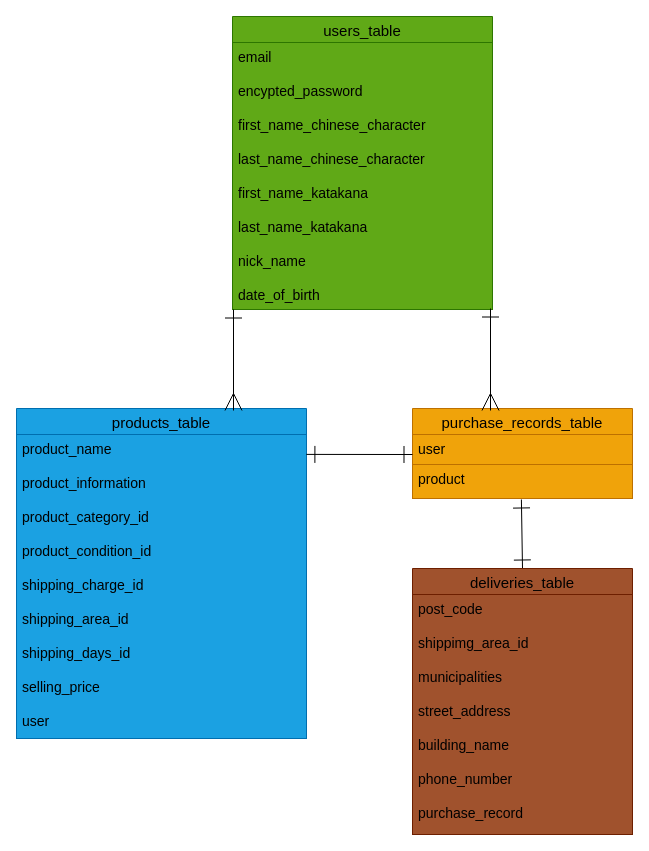
Above: ER.dio in Jonnyhorse/furima-40200 (draw.io), before the change. Source tidied: cells renumbered, new cells numbered last; positions are measured from the earlier drawing's top-left corner, leaving out a move shared by most shapes. Both pictures are drawn from the tidied source at 100%, with x=0, y=0 at pixel (16, 16).
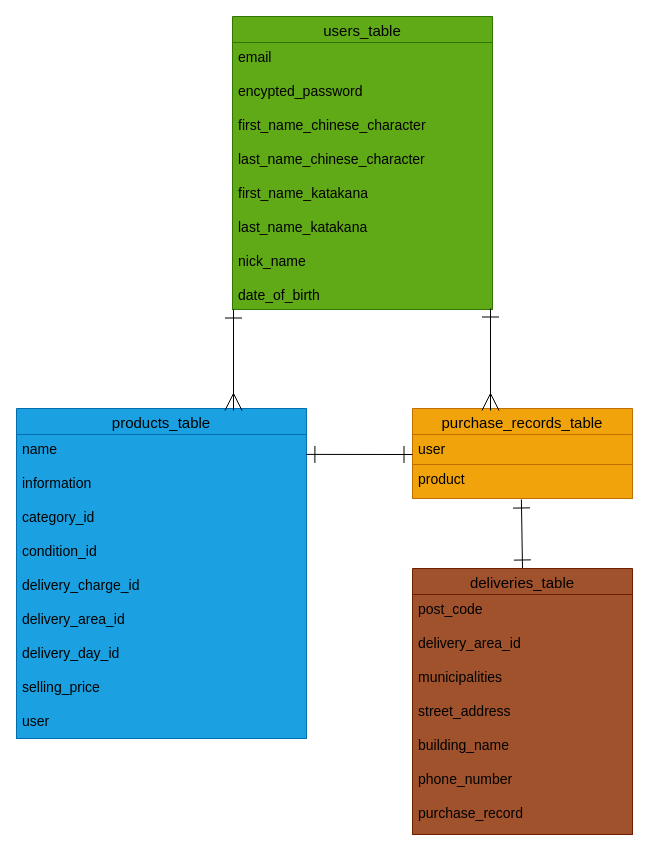
After the change.

Commit message (it also covers changes not shown here):
README及びER図の再々修正

Change to the diagram source:
```diff
@@
 <mxGraphModel>
   <root>
     <mxCell id="0" />
     <mxCell id="1" parent="0" />
     <mxCell id="2" value="users_table" style="swimlane;fontStyle=0;horizontal=1;startSize=26;align=center;fontSize=15;fillColor=#60a917;fontColor=#000000;strokeColor=#2D7600;" parent="1" vertex="1">
       <mxGeometry x="216" width="260" height="293" as="geometry" />
     </mxCell>
     <mxCell id="3" value="email &#10;&#10;encypted_password&#10;&#10;first_name_chinese_character&#10;&#10;last_name_chinese_character&#10;&#10;first_name_katakana&#10;&#10;last_name_katakana&#10;&#10;nick_name&#10;&#10;date_of_birth&#10;" style="text;strokeColor=#2D7600;fillColor=#60a917;spacingLeft=4;spacingRight=4;overflow=hidden;fontSize=14;fontColor=#000000;" parent="2" vertex="1">
       <mxGeometry y="26" width="260" height="267" as="geometry" />
     </mxCell>
     <mxCell id="4" value="products_table" style="swimlane;fontStyle=0;horizontal=1;startSize=26;align=center;fontSize=15;fillColor=#1ba1e2;fontColor=#000000;strokeColor=#006EAF;" parent="1" vertex="1">
       <mxGeometry y="392" width="290" height="330" as="geometry" />
     </mxCell>
-    <mxCell id="5" value="product_name&#10;&#10;product_information&#10;&#10;product_category_id&#10;&#10;product_condition_id&#10;&#10;shipping_charge_id&#10;&#10;shipping_area_id&#10;&#10;shipping_days_id&#10;&#10;selling_price&#10;&#10;user&#10;" style="text;strokeColor=#006EAF;fillColor=#1ba1e2;spacingLeft=4;spacingRight=4;overflow=hidden;fontSize=14;fontColor=#000000;" parent="4" vertex="1">
+    <mxCell id="5" value="name&#10;&#10;information&#10;&#10;category_id&#10;&#10;condition_id&#10;&#10;delivery_charge_id&#10;&#10;delivery_area_id&#10;&#10;delivery_day_id&#10;&#10;selling_price&#10;&#10;user&#10;" style="text;strokeColor=#006EAF;fillColor=#1ba1e2;spacingLeft=4;spacingRight=4;overflow=hidden;fontSize=14;fontColor=#000000;" parent="4" vertex="1">
       <mxGeometry y="26" width="290" height="304" as="geometry" />
     </mxCell>
     <mxCell id="6" value="purchase_records_table" style="swimlane;fontStyle=0;horizontal=1;startSize=26;align=center;fontSize=15;fillColor=#f0a30a;fontColor=#000000;strokeColor=#BD7000;" parent="1" vertex="1">
       <mxGeometry x="396" y="392" width="220" height="90" as="geometry" />
     </mxCell>
     <mxCell id="7" value="user" style="text;strokeColor=#BD7000;fillColor=#f0a30a;spacingLeft=4;spacingRight=4;overflow=hidden;fontSize=14;fontColor=#000000;" parent="6" vertex="1">
       <mxGeometry y="26" width="220" height="30" as="geometry" />
     </mxCell>
     <mxCell id="8" value="product" style="text;strokeColor=#BD7000;fillColor=#f0a30a;spacingLeft=4;spacingRight=4;overflow=hidden;points=[[0,0.5],[1,0.5]];portConstraint=eastwest;fontSize=14;fontColor=#000000;" parent="6" vertex="1">
       <mxGeometry y="56" width="220" height="34" as="geometry" />
     </mxCell>
     <mxCell id="9" style="edgeStyle=none;html=1;exitX=0.5;exitY=0;exitDx=0;exitDy=0;entryX=0.495;entryY=1.029;entryDx=0;entryDy=0;entryPerimeter=0;strokeWidth=1;fontSize=15;startArrow=ERone;startFill=0;endArrow=ERone;endFill=0;endSize=15;startSize=15;" parent="1" edge="1" source="10" target="8">
       <mxGeometry relative="1" as="geometry" />
     </mxCell>
     <mxCell id="10" value="deliveries_table" style="swimlane;fontStyle=0;horizontal=1;startSize=26;align=center;fontSize=15;labelBackgroundColor=none;fillColor=#a0522d;strokeColor=#6D1F00;fontColor=#000000;" parent="1" vertex="1">
       <mxGeometry x="396" y="552" width="220" height="266" as="geometry" />
     </mxCell>
-    <mxCell id="11" value="post_code&#10;&#10;shippimg_area_id&#10;&#10;municipalities&#10;&#10;street_address&#10;&#10;building_name&#10;&#10;phone_number&#10;&#10;purchase_record" style="text;strokeColor=#6D1F00;fillColor=#a0522d;spacingLeft=4;spacingRight=4;overflow=hidden;fontSize=14;fontColor=#000000;" parent="10" vertex="1">
+    <mxCell id="11" value="post_code&#10;&#10;delivery_area_id&#10;&#10;municipalities&#10;&#10;street_address&#10;&#10;building_name&#10;&#10;phone_number&#10;&#10;purchase_record" style="text;strokeColor=#6D1F00;fillColor=#a0522d;spacingLeft=4;spacingRight=4;overflow=hidden;fontSize=14;fontColor=#000000;" parent="10" vertex="1">
       <mxGeometry y="26" width="220" height="240" as="geometry" />
     </mxCell>
     <mxCell id="12" style="edgeStyle=none;html=1;fontSize=15;endArrow=ERmany;endFill=0;strokeWidth=1;startArrow=ERone;startFill=0;endSize=15;startSize=15;" parent="1" edge="1">
       <mxGeometry relative="1" as="geometry">
         <mxPoint x="217" y="293" as="sourcePoint" />
         <mxPoint x="217" y="394" as="targetPoint" />
       </mxGeometry>
     </mxCell>
     <mxCell id="13" style="edgeStyle=none;html=1;strokeWidth=1;fontSize=15;endArrow=ERmany;endFill=0;startArrow=ERone;startFill=0;endSize=15;startSize=15;" parent="1" edge="1">
       <mxGeometry relative="1" as="geometry">
         <mxPoint x="474" y="292" as="sourcePoint" />
         <mxPoint x="474" y="394" as="targetPoint" />
       </mxGeometry>
     </mxCell>
     <mxCell id="14" style="edgeStyle=none;html=1;strokeWidth=1;fontSize=15;endArrow=ERone;endFill=0;startArrow=ERone;startFill=0;exitX=0.986;exitY=0.049;exitDx=0;exitDy=0;exitPerimeter=0;endSize=15;startSize=15;" parent="1" edge="1">
       <mxGeometry relative="1" as="geometry">
         <mxPoint x="289.9" y="437.9" as="sourcePoint" />
         <mxPoint x="396" y="438" as="targetPoint" />
       </mxGeometry>
     </mxCell>
   </root>
 </mxGraphModel>
```
